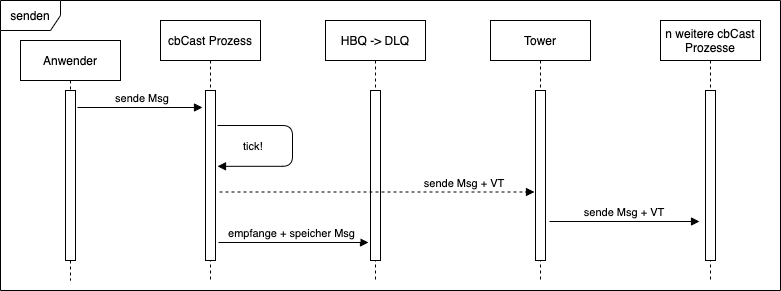
Earlier version of the draw.io export Diagramme/export/Theorie/Sequenz_senden.png (krisschaaf/BAI5_VS). Source tidied: cells renumbered, new cells last; positions are measured from the earlier drawing's top-left corner, leaving out a move shared by most shapes.
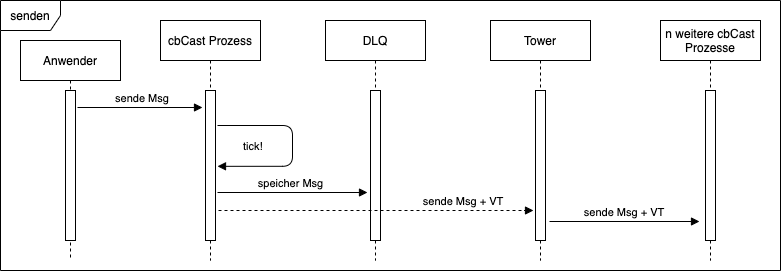
After the change.

Diff of the diagram source:
```diff
@@ -2,43 +2,37 @@
   <root>
     <mxCell id="0" />
     <mxCell id="1" parent="0" />
-    <mxCell id="2" style="group;sketch=0;" parent="1" vertex="1">
-      <mxGeometry width="780" height="290" as="geometry" />
-    </mxCell>
+    <mxCell id="19" style="group;" parent="1" vertex="1">
+      <mxGeometry width="780" height="270" as="geometry" />
+    </mxCell>
-    <mxCell id="3" value="senden" style="shape=umlFrame;whiteSpace=wrap;html=1;sketch=0;gradientColor=none;" parent="2" vertex="1">
-      <mxGeometry width="780" height="290" as="geometry" />
+    <mxCell id="3" value="senden" style="shape=umlFrame;whiteSpace=wrap;html=1;sketch=0;gradientColor=none;" parent="19" vertex="1">
+      <mxGeometry width="780" height="270" as="geometry" />
     </mxCell>
-    <mxCell id="4" value="Anwender" style="shape=umlLifeline;perimeter=lifelinePerimeter;rounded=0;shadow=0;strokeWidth=1;sketch=0;" parent="2" vertex="1">
-      <mxGeometry x="20" y="40" width="100" height="240" as="geometry" />
+    <mxCell id="4" value="Anwender" style="shape=umlLifeline;perimeter=lifelinePerimeter;rounded=0;shadow=0;strokeWidth=1;sketch=0;" parent="19" vertex="1">
+      <mxGeometry x="20" y="40" width="100" height="220" as="geometry" />
     </mxCell>
-    <mxCell id="5" style="perimeter=orthogonalPerimeter;rounded=0;shadow=0;strokeWidth=1;sketch=0;" parent="4" vertex="1">
-      <mxGeometry x="45" y="50" width="10" height="170" as="geometry" />
-    </mxCell>
-    <mxCell id="6" value="HBQ -&gt; DLQ" style="shape=umlLifeline;perimeter=lifelinePerimeter;rounded=0;shadow=0;strokeWidth=1;sketch=0;" parent="2" vertex="1">
-      <mxGeometry x="325" y="20" width="100" height="260" as="geometry" />
-    </mxCell>
-    <mxCell id="7" style="perimeter=orthogonalPerimeter;rounded=0;shadow=0;strokeWidth=1;sketch=0;" parent="6" vertex="1">
-      <mxGeometry x="45" y="70" width="10" height="170" as="geometry" />
-    </mxCell>
-    <mxCell id="8" value="sende Msg + VT" style="verticalAlign=bottom;endArrow=block;shadow=0;strokeWidth=1;sketch=0;dashed=1;jumpStyle=none;jumpSize=6;" parent="6" edge="1">
-      <mxGeometry x="0.56" relative="1" as="geometry">
-        <mxPoint x="-106" y="171.5" as="sourcePoint" />
-        <mxPoint x="209" y="171.5" as="targetPoint" />
-      </mxGeometry>
-    </mxCell>
+    <mxCell id="20" style="perimeter=orthogonalPerimeter;rounded=0;shadow=0;strokeWidth=1;sketch=0;" parent="4" vertex="1">
+      <mxGeometry x="45" y="50" width="10" height="150" as="geometry" />
+    </mxCell>
+    <mxCell id="21" value="DLQ" style="shape=umlLifeline;perimeter=lifelinePerimeter;rounded=0;shadow=0;strokeWidth=1;sketch=0;" parent="19" vertex="1">
+      <mxGeometry x="325" y="20" width="100" height="240" as="geometry" />
+    </mxCell>
+    <mxCell id="22" style="perimeter=orthogonalPerimeter;rounded=0;shadow=0;strokeWidth=1;sketch=0;" parent="21" vertex="1">
+      <mxGeometry x="45" y="70" width="10" height="150" as="geometry" />
+    </mxCell>
-    <mxCell id="9" value="cbCast Prozess" style="shape=umlLifeline;perimeter=lifelinePerimeter;rounded=0;shadow=0;strokeWidth=1;sketch=0;" parent="2" vertex="1">
-      <mxGeometry x="160" y="20" width="100" height="260" as="geometry" />
+    <mxCell id="9" value="cbCast Prozess" style="shape=umlLifeline;perimeter=lifelinePerimeter;rounded=0;shadow=0;strokeWidth=1;sketch=0;" parent="19" vertex="1">
+      <mxGeometry x="160" y="20" width="100" height="240" as="geometry" />
     </mxCell>
-    <mxCell id="10" style="perimeter=orthogonalPerimeter;rounded=0;shadow=0;strokeWidth=1;sketch=0;" parent="9" vertex="1">
-      <mxGeometry x="45" y="70" width="10" height="170" as="geometry" />
-    </mxCell>
-    <mxCell id="11" value="empfange + speicher Msg " style="verticalAlign=bottom;endArrow=block;shadow=0;strokeWidth=1;sketch=0;" parent="9" edge="1">
-      <mxGeometry relative="1" as="geometry">
-        <mxPoint x="58" y="222" as="sourcePoint" />
-        <mxPoint x="208" y="222" as="targetPoint" />
-      </mxGeometry>
-    </mxCell>
+    <mxCell id="23" style="perimeter=orthogonalPerimeter;rounded=0;shadow=0;strokeWidth=1;sketch=0;" parent="9" vertex="1">
+      <mxGeometry x="45" y="70" width="10" height="150" as="geometry" />
+    </mxCell>
+    <mxCell id="24" value="speicher Msg " style="verticalAlign=bottom;endArrow=block;shadow=0;strokeWidth=1;sketch=0;" parent="9" edge="1">
+      <mxGeometry relative="1" as="geometry">
+        <mxPoint x="57" y="172" as="sourcePoint" />
+        <mxPoint x="207" y="172" as="targetPoint" />
+      </mxGeometry>
+    </mxCell>
-    <mxCell id="12" value="tick!" style="verticalAlign=bottom;endArrow=block;shadow=0;strokeWidth=1;entryX=1;entryY=0.786;entryDx=0;entryDy=0;entryPerimeter=0;edgeStyle=orthogonalEdgeStyle;sketch=0;" parent="2" edge="1">
+    <mxCell id="12" value="tick!" style="verticalAlign=bottom;endArrow=block;shadow=0;strokeWidth=1;entryX=1;entryY=0.786;entryDx=0;entryDy=0;entryPerimeter=0;edgeStyle=orthogonalEdgeStyle;sketch=0;" parent="19" edge="1">
       <mxGeometry x="0.63" y="-11" relative="1" as="geometry">
         <mxPoint x="217" y="125" as="sourcePoint" />
         <mxPoint x="217" y="165.8" as="targetPoint" />
@@ -48,29 +42,35 @@
         </Array>
       </mxGeometry>
     </mxCell>
-    <mxCell id="13" value="Tower" style="shape=umlLifeline;perimeter=lifelinePerimeter;rounded=0;shadow=0;strokeWidth=1;sketch=0;" parent="2" vertex="1">
-      <mxGeometry x="490" y="20" width="100" height="260" as="geometry" />
+    <mxCell id="13" value="Tower" style="shape=umlLifeline;perimeter=lifelinePerimeter;rounded=0;shadow=0;strokeWidth=1;sketch=0;" parent="19" vertex="1">
+      <mxGeometry x="490" y="20" width="100" height="240" as="geometry" />
     </mxCell>
-    <mxCell id="14" style="perimeter=orthogonalPerimeter;rounded=0;shadow=0;strokeWidth=1;sketch=0;" parent="13" vertex="1">
-      <mxGeometry x="45" y="70" width="10" height="170" as="geometry" />
-    </mxCell>
+    <mxCell id="25" style="perimeter=orthogonalPerimeter;rounded=0;shadow=0;strokeWidth=1;sketch=0;" parent="13" vertex="1">
+      <mxGeometry x="45" y="70" width="10" height="150" as="geometry" />
+    </mxCell>
-    <mxCell id="15" value="n weitere cbCast&#10;Prozesse" style="shape=umlLifeline;perimeter=lifelinePerimeter;rounded=0;shadow=0;strokeWidth=1;sketch=0;" parent="2" vertex="1">
-      <mxGeometry x="660" y="20" width="100" height="260" as="geometry" />
+    <mxCell id="15" value="n weitere cbCast&#10;Prozesse" style="shape=umlLifeline;perimeter=lifelinePerimeter;rounded=0;shadow=0;strokeWidth=1;sketch=0;" parent="19" vertex="1">
+      <mxGeometry x="660" y="20" width="100" height="240" as="geometry" />
     </mxCell>
-    <mxCell id="16" style="perimeter=orthogonalPerimeter;rounded=0;shadow=0;strokeWidth=1;sketch=0;" parent="15" vertex="1">
-      <mxGeometry x="45" y="70" width="10" height="170" as="geometry" />
-    </mxCell>
+    <mxCell id="26" style="perimeter=orthogonalPerimeter;rounded=0;shadow=0;strokeWidth=1;sketch=0;" parent="15" vertex="1">
+      <mxGeometry x="45" y="70" width="10" height="150" as="geometry" />
+    </mxCell>
-    <mxCell id="17" value="sende Msg" style="verticalAlign=bottom;endArrow=block;shadow=0;strokeWidth=1;sketch=0;" parent="2" edge="1">
+    <mxCell id="17" value="sende Msg" style="verticalAlign=bottom;endArrow=block;shadow=0;strokeWidth=1;sketch=0;" parent="19" edge="1">
       <mxGeometry x="0.04" relative="1" as="geometry">
         <mxPoint x="77" y="107" as="sourcePoint" />
         <mxPoint x="202" y="107" as="targetPoint" />
       </mxGeometry>
     </mxCell>
-    <mxCell id="18" value="sende Msg + VT" style="verticalAlign=bottom;endArrow=block;shadow=0;strokeWidth=1;sketch=0;" parent="2" edge="1">
+    <mxCell id="18" value="sende Msg + VT" style="verticalAlign=bottom;endArrow=block;shadow=0;strokeWidth=1;sketch=0;" parent="19" edge="1">
       <mxGeometry relative="1" as="geometry">
         <mxPoint x="549" y="221" as="sourcePoint" />
         <mxPoint x="699" y="221" as="targetPoint" />
       </mxGeometry>
     </mxCell>
+    <mxCell id="8" value="sende Msg + VT" style="verticalAlign=bottom;endArrow=block;shadow=0;strokeWidth=1;sketch=0;dashed=1;jumpStyle=none;jumpSize=6;" parent="19" edge="1">
+      <mxGeometry x="0.56" relative="1" as="geometry">
+        <mxPoint x="218" y="210" as="sourcePoint" />
+        <mxPoint x="533" y="210" as="targetPoint" />
+      </mxGeometry>
+    </mxCell>
   </root>
 </mxGraphModel>
```
